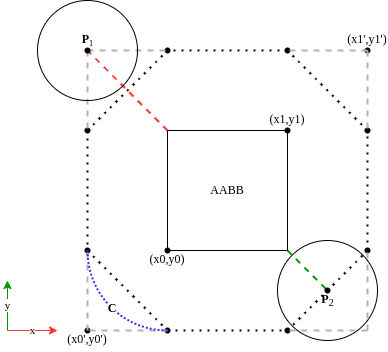
The draw.io diagram doc/Code Illus/check_connection.drawio.png in tianyilim/ic-fyp, before a commit. Source tidied: cells renumbered, new cells last; positions are measured from the earlier drawing's top-left corner, leaving out a move shared by most shapes.
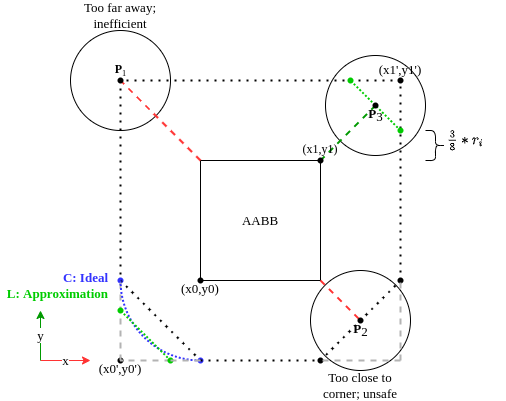
The same file after the commit.

Change to the diagram source:
```diff
@@ -1,2 +1,2 @@
-<mxGraphModel>
+<mxGraphModel math="1">
   <root>
@@ -4,14 +4,11 @@
     <mxCell id="1" parent="0" />
+    <mxCell id="45" style="ellipse;whiteSpace=wrap;html=1;fillColor=none;" parent="1" vertex="1">
+      <mxGeometry x="285" y="25" width="100" height="100" as="geometry" />
+    </mxCell>
+    <mxCell id="42" style="ellipse;whiteSpace=wrap;html=1;fillColor=none;" parent="1" vertex="1">
+      <mxGeometry x="30" width="100" height="100" as="geometry" />
+    </mxCell>
-    <mxCell id="2" value="AABB" style="rounded=0;whiteSpace=wrap;html=1;fontFamily=Comptuer Modern;fontSource=http%3A%2F%2Fmirrors.ctan.org%2Ffonts%2Fcm-unicode%2Ffonts%2Fotf%2Fcmunbxo.otf;" parent="1" vertex="1">
+    <mxCell id="2" value="AABB" style="rounded=0;whiteSpace=wrap;html=1;fontFamily=Comptuer Modern;fontSource=http%3A%2F%2Fmirrors.ctan.org%2Ffonts%2Fcm-unicode%2Ffonts%2Fotf%2Fcmunbxo.otf;fontSize=13;" parent="1" vertex="1">
       <mxGeometry x="160" y="130" width="120" height="120" as="geometry" />
     </mxCell>
-    <mxCell id="3" style="shape=waypoint;sketch=0;fillStyle=solid;size=6;points=[];fillColor=none;perimeter=centerPerimeter;snapToPoint=1;fontFamily=Comptuer Modern;fontSource=http%3A%2F%2Fmirrors.ctan.org%2Ffonts%2Fcm-unicode%2Ffonts%2Fotf%2Fcmunbxo.otf;" parent="1" vertex="1">
-      <mxGeometry x="140" y="30" width="40" height="40" as="geometry" />
-    </mxCell>
-    <mxCell id="4" style="shape=waypoint;sketch=0;fillStyle=solid;size=6;points=[];fillColor=none;perimeter=centerPerimeter;snapToPoint=1;fontFamily=Comptuer Modern;fontSource=http%3A%2F%2Fmirrors.ctan.org%2Ffonts%2Fcm-unicode%2Ffonts%2Fotf%2Fcmunbxo.otf;" parent="1" vertex="1">
-      <mxGeometry x="260" y="30" width="40" height="40" as="geometry" />
-    </mxCell>
-    <mxCell id="5" style="shape=waypoint;sketch=0;fillStyle=solid;size=6;points=[];fillColor=none;perimeter=centerPerimeter;snapToPoint=1;fontFamily=Comptuer Modern;fontSource=http%3A%2F%2Fmirrors.ctan.org%2Ffonts%2Fcm-unicode%2Ffonts%2Fotf%2Fcmunbxo.otf;" parent="1" vertex="1">
-      <mxGeometry x="340" y="110" width="40" height="40" as="geometry" />
-    </mxCell>
     <mxCell id="6" style="shape=waypoint;sketch=0;fillStyle=solid;size=6;points=[];fillColor=none;perimeter=centerPerimeter;snapToPoint=1;fontFamily=Comptuer Modern;fontSource=http%3A%2F%2Fmirrors.ctan.org%2Ffonts%2Fcm-unicode%2Ffonts%2Fotf%2Fcmunbxo.otf;" parent="1" vertex="1">
@@ -22,21 +19,12 @@
     </mxCell>
-    <mxCell id="8" style="shape=waypoint;sketch=0;fillStyle=solid;size=6;points=[];fillColor=none;perimeter=centerPerimeter;snapToPoint=1;fontFamily=Comptuer Modern;fontSource=http%3A%2F%2Fmirrors.ctan.org%2Ffonts%2Fcm-unicode%2Ffonts%2Fotf%2Fcmunbxo.otf;" parent="1" vertex="1">
-      <mxGeometry x="60" y="110" width="40" height="40" as="geometry" />
-    </mxCell>
-    <mxCell id="9" style="shape=waypoint;sketch=0;fillStyle=solid;size=6;points=[];fillColor=none;perimeter=centerPerimeter;snapToPoint=1;fontFamily=Comptuer Modern;fontSource=http%3A%2F%2Fmirrors.ctan.org%2Ffonts%2Fcm-unicode%2Ffonts%2Fotf%2Fcmunbxo.otf;" parent="1" vertex="1">
+    <mxCell id="9" style="shape=waypoint;sketch=0;fillStyle=solid;size=6;points=[];fillColor=none;perimeter=centerPerimeter;snapToPoint=1;fontFamily=Comptuer Modern;fontSource=http%3A%2F%2Fmirrors.ctan.org%2Ffonts%2Fcm-unicode%2Ffonts%2Fotf%2Fcmunbxo.otf;strokeColor=#3333FF;" parent="1" vertex="1">
       <mxGeometry x="60" y="230" width="40" height="40" as="geometry" />
     </mxCell>
-    <mxCell id="10" style="shape=waypoint;sketch=0;fillStyle=solid;size=6;points=[];fillColor=none;perimeter=centerPerimeter;snapToPoint=1;fontFamily=Comptuer Modern;fontSource=http%3A%2F%2Fmirrors.ctan.org%2Ffonts%2Fcm-unicode%2Ffonts%2Fotf%2Fcmunbxo.otf;" parent="1" vertex="1">
+    <mxCell id="10" style="shape=waypoint;sketch=0;fillStyle=solid;size=6;points=[];fillColor=none;perimeter=centerPerimeter;snapToPoint=1;fontFamily=Comptuer Modern;fontSource=http%3A%2F%2Fmirrors.ctan.org%2Ffonts%2Fcm-unicode%2Ffonts%2Fotf%2Fcmunbxo.otf;strokeColor=#3333FF;" parent="1" vertex="1">
       <mxGeometry x="140" y="310" width="40" height="40" as="geometry" />
     </mxCell>
-    <mxCell id="11" style="endArrow=none;dashed=1;html=1;dashPattern=1 3;strokeWidth=2;rounded=0;fontFamily=Comptuer Modern;fontSource=http%3A%2F%2Fmirrors.ctan.org%2Ffonts%2Fcm-unicode%2Ffonts%2Fotf%2Fcmunbxo.otf;entryX=0.439;entryY=0.516;entryDx=0;entryDy=0;entryPerimeter=0;" parent="1" edge="1" source="8" target="3">
-      <mxGeometry relative="1" as="geometry" />
-    </mxCell>
-    <mxCell id="12" style="endArrow=none;dashed=1;html=1;dashPattern=1 3;strokeWidth=2;rounded=0;fontFamily=Comptuer Modern;fontSource=http%3A%2F%2Fmirrors.ctan.org%2Ffonts%2Fcm-unicode%2Ffonts%2Fotf%2Fcmunbxo.otf;" parent="1" edge="1" source="4" target="3">
+    <mxCell id="12" style="endArrow=none;dashed=1;html=1;dashPattern=1 3;strokeWidth=2;rounded=0;fontFamily=Comptuer Modern;fontSource=http%3A%2F%2Fmirrors.ctan.org%2Ffonts%2Fcm-unicode%2Ffonts%2Fotf%2Fcmunbxo.otf;entryX=0.5;entryY=0.5;entryDx=0;entryDy=0;entryPerimeter=0;exitX=0.46;exitY=0.437;exitDx=0;exitDy=0;exitPerimeter=0;" parent="1" edge="1" source="24" target="40">
       <mxGeometry relative="1" as="geometry" />
     </mxCell>
-    <mxCell id="13" style="endArrow=none;dashed=1;html=1;dashPattern=1 3;strokeWidth=2;rounded=0;fontFamily=Comptuer Modern;fontSource=http%3A%2F%2Fmirrors.ctan.org%2Ffonts%2Fcm-unicode%2Ffonts%2Fotf%2Fcmunbxo.otf;" parent="1" edge="1" source="5" target="4">
-      <mxGeometry relative="1" as="geometry" />
-    </mxCell>
-    <mxCell id="14" style="endArrow=none;dashed=1;html=1;dashPattern=1 3;strokeWidth=2;rounded=0;fontFamily=Comptuer Modern;fontSource=http%3A%2F%2Fmirrors.ctan.org%2Ffonts%2Fcm-unicode%2Ffonts%2Fotf%2Fcmunbxo.otf;entryX=0.484;entryY=0.598;entryDx=0;entryDy=0;entryPerimeter=0;exitX=0.466;exitY=0.543;exitDx=0;exitDy=0;exitPerimeter=0;" parent="1" edge="1" source="6" target="5">
+    <mxCell id="14" style="endArrow=none;dashed=1;html=1;dashPattern=1 3;strokeWidth=2;rounded=0;fontFamily=Comptuer Modern;fontSource=http%3A%2F%2Fmirrors.ctan.org%2Ffonts%2Fcm-unicode%2Ffonts%2Fotf%2Fcmunbxo.otf;entryX=0.46;entryY=0.537;entryDx=0;entryDy=0;entryPerimeter=0;exitX=0.466;exitY=0.543;exitDx=0;exitDy=0;exitPerimeter=0;" parent="1" edge="1" source="6" target="24">
       <mxGeometry relative="1" as="geometry" />
@@ -52,6 +40,6 @@
     </mxCell>
-    <mxCell id="18" style="endArrow=none;dashed=1;html=1;dashPattern=1 3;strokeWidth=2;rounded=0;fontFamily=Comptuer Modern;fontSource=http%3A%2F%2Fmirrors.ctan.org%2Ffonts%2Fcm-unicode%2Ffonts%2Fotf%2Fcmunbxo.otf;entryX=0.566;entryY=0.452;entryDx=0;entryDy=0;entryPerimeter=0;exitX=0.475;exitY=0.58;exitDx=0;exitDy=0;exitPerimeter=0;" parent="1" edge="1" source="8" target="9">
+    <mxCell id="18" style="endArrow=none;dashed=1;html=1;dashPattern=1 3;strokeWidth=2;rounded=0;fontFamily=Comptuer Modern;fontSource=http%3A%2F%2Fmirrors.ctan.org%2Ffonts%2Fcm-unicode%2Ffonts%2Fotf%2Fcmunbxo.otf;entryX=0.566;entryY=0.452;entryDx=0;entryDy=0;entryPerimeter=0;exitX=0.509;exitY=0.592;exitDx=0;exitDy=0;exitPerimeter=0;" parent="1" edge="1" source="40" target="9">
       <mxGeometry relative="1" as="geometry" />
     </mxCell>
-    <mxCell id="19" value="&lt;font face=&quot;Comptuer Modern&quot;&gt;x&lt;/font&gt;" style="endArrow=classic;html=1;rounded=0;strokeColor=#FF3333;" parent="1" edge="1">
+    <mxCell id="19" value="&lt;font face=&quot;Comptuer Modern&quot; style=&quot;font-size: 13px;&quot;&gt;x&lt;/font&gt;" style="endArrow=classic;html=1;rounded=0;strokeColor=#FF3333;fontSize=13;" parent="1" edge="1">
       <mxGeometry relative="1" as="geometry">
@@ -61,3 +49,3 @@
     </mxCell>
-    <mxCell id="20" value="&lt;font face=&quot;Comptuer Modern&quot;&gt;y&lt;/font&gt;" style="endArrow=classic;html=1;rounded=0;strokeColor=#009900;" parent="1" edge="1">
+    <mxCell id="20" value="&lt;font face=&quot;Comptuer Modern&quot; style=&quot;font-size: 13px;&quot;&gt;y&lt;/font&gt;" style="endArrow=classic;html=1;rounded=0;strokeColor=#009900;fontSize=13;" parent="1" edge="1">
       <mxGeometry relative="1" as="geometry">
@@ -67,12 +55,9 @@
     </mxCell>
-    <mxCell id="21" value="(x0,y0)" style="shape=waypoint;sketch=0;fillStyle=solid;size=6;fillColor=none;perimeter=centerPerimeter;fontFamily=Comptuer Modern;fontSource=http%3A%2F%2Fmirrors.ctan.org%2Ffonts%2Fcm-unicode%2Ffonts%2Fotf%2Fcmunbxo.otf;fontSize=12;strokeWidth=1;spacing=4;verticalAlign=bottom;" parent="1" vertex="1">
+    <mxCell id="21" value="(x0,y0)" style="shape=waypoint;sketch=0;fillStyle=solid;size=6;fillColor=none;perimeter=centerPerimeter;fontFamily=Comptuer Modern;fontSource=http%3A%2F%2Fmirrors.ctan.org%2Ffonts%2Fcm-unicode%2Ffonts%2Fotf%2Fcmunbxo.otf;fontSize=13;strokeWidth=1;spacing=4;verticalAlign=bottom;" parent="1" vertex="1">
       <mxGeometry x="140" y="230" width="40" height="40" as="geometry" />
     </mxCell>
-    <mxCell id="22" value="(x1,y1)" style="shape=waypoint;sketch=0;fillStyle=solid;size=6;points=[];fillColor=none;perimeter=centerPerimeter;snapToPoint=1;fontFamily=Comptuer Modern;fontSource=http%3A%2F%2Fmirrors.ctan.org%2Ffonts%2Fcm-unicode%2Ffonts%2Fotf%2Fcmunbxo.otf;fontSize=12;strokeWidth=1;spacing=-3;verticalAlign=top;" parent="1" vertex="1">
-      <mxGeometry x="260" y="110" width="40" height="40" as="geometry" />
-    </mxCell>
-    <mxCell id="23" value="(x0',y0')" style="shape=waypoint;sketch=0;fillStyle=solid;size=6;points=[];fillColor=none;perimeter=centerPerimeter;snapToPoint=1;fontFamily=Comptuer Modern;fontSource=http%3A%2F%2Fmirrors.ctan.org%2Ffonts%2Fcm-unicode%2Ffonts%2Fotf%2Fcmunbxo.otf;fontSize=12;strokeWidth=1;spacing=4;verticalAlign=bottom;" parent="1" vertex="1">
+    <mxCell id="23" value="(x0',y0')" style="shape=waypoint;sketch=0;fillStyle=solid;size=6;points=[];fillColor=none;perimeter=centerPerimeter;snapToPoint=1;fontFamily=Comptuer Modern;fontSource=http%3A%2F%2Fmirrors.ctan.org%2Ffonts%2Fcm-unicode%2Ffonts%2Fotf%2Fcmunbxo.otf;fontSize=13;strokeWidth=1;spacing=4;verticalAlign=bottom;" parent="1" vertex="1">
       <mxGeometry x="60" y="310" width="40" height="40" as="geometry" />
     </mxCell>
-    <mxCell id="24" value="(x1',y1')" style="shape=waypoint;sketch=0;fillStyle=solid;size=6;points=[];fillColor=none;perimeter=centerPerimeter;snapToPoint=1;fontFamily=Comptuer Modern;fontSource=http%3A%2F%2Fmirrors.ctan.org%2Ffonts%2Fcm-unicode%2Ffonts%2Fotf%2Fcmunbxo.otf;fontSize=12;strokeWidth=1;spacing=-3;verticalAlign=top;" parent="1" vertex="1">
+    <mxCell id="24" value="(x1',y1')" style="shape=waypoint;sketch=0;fillStyle=solid;size=6;points=[];fillColor=none;perimeter=centerPerimeter;snapToPoint=1;fontFamily=Comptuer Modern;fontSource=http%3A%2F%2Fmirrors.ctan.org%2Ffonts%2Fcm-unicode%2Ffonts%2Fotf%2Fcmunbxo.otf;fontSize=13;strokeWidth=1;spacing=-3;verticalAlign=top;" parent="1" vertex="1">
       <mxGeometry x="340" y="30" width="40" height="40" as="geometry" />
@@ -91,3 +76,3 @@
     </mxCell>
-    <mxCell id="28" style="endArrow=none;dashed=1;html=1;rounded=0;strokeColor=#009900;strokeWidth=2;entryDx=0;entryDy=0;entryPerimeter=0;exitX=1;exitY=1;exitDx=0;exitDy=0;" parent="1" edge="1" source="2">
+    <mxCell id="28" style="endArrow=none;dashed=1;html=1;rounded=0;strokeColor=#FF3333;strokeWidth=2;entryDx=0;entryDy=0;entryPerimeter=0;exitX=1;exitY=1;exitDx=0;exitDy=0;" parent="1" edge="1" source="2">
       <mxGeometry relative="1" as="geometry">
@@ -99,4 +84,4 @@
     </mxCell>
-    <mxCell id="30" value="&lt;font face=&quot;Comptuer Modern&quot;&gt;&lt;b&gt;P&lt;/b&gt;&lt;sub&gt;2&lt;/sub&gt;&lt;/font&gt;" style="text;html=1;align=center;verticalAlign=middle;strokeColor=none;fillColor=none;" parent="1" vertex="1">
-      <mxGeometry x="305" y="290" width="30" height="20" as="geometry" />
+    <mxCell id="30" value="&lt;font face=&quot;Comptuer Modern&quot; style=&quot;font-size: 13px;&quot;&gt;&lt;b style=&quot;font-size: 13px;&quot;&gt;P&lt;/b&gt;&lt;sub style=&quot;font-size: 13px;&quot;&gt;2&lt;/sub&gt;&lt;/font&gt;" style="text;html=1;align=center;verticalAlign=middle;strokeColor=none;fillColor=none;fontSize=13;" parent="1" vertex="1">
+      <mxGeometry x="305" y="285" width="30" height="30" as="geometry" />
     </mxCell>
@@ -107,6 +92,4 @@
     </mxCell>
-    <mxCell id="32" style="endArrow=none;dashed=1;html=1;rounded=0;fontFamily=Comptuer Modern;fontSource=http%3A%2F%2Fmirrors.ctan.org%2Ffonts%2Fcm-unicode%2Ffonts%2Fotf%2Fcmunbxo.otf;fontSize=12;strokeColor=#B3B3B3;strokeWidth=2;" parent="1" edge="1" target="23">
-      <mxGeometry relative="1" as="geometry">
-        <mxPoint x="160" y="330" as="sourcePoint" />
-      </mxGeometry>
+    <mxCell id="32" style="endArrow=none;dashed=1;html=1;rounded=0;fontFamily=Comptuer Modern;fontSource=http%3A%2F%2Fmirrors.ctan.org%2Ffonts%2Fcm-unicode%2Ffonts%2Fotf%2Fcmunbxo.otf;fontSize=12;strokeColor=#B3B3B3;strokeWidth=2;startArrow=none;" parent="1" edge="1" source="57" target="23">
+      <mxGeometry relative="1" as="geometry" />
     </mxCell>
@@ -122,23 +105,9 @@
     </mxCell>
-    <mxCell id="35" style="endArrow=none;dashed=1;html=1;rounded=0;fontFamily=Comptuer Modern;fontSource=http%3A%2F%2Fmirrors.ctan.org%2Ffonts%2Fcm-unicode%2Ffonts%2Fotf%2Fcmunbxo.otf;fontSize=12;strokeColor=#B3B3B3;strokeWidth=2;exitX=0.505;exitY=0.435;exitDx=0;exitDy=0;exitPerimeter=0;" parent="1" edge="1" source="24">
-      <mxGeometry relative="1" as="geometry">
-        <mxPoint x="360" y="130" as="targetPoint" />
-      </mxGeometry>
-    </mxCell>
-    <mxCell id="36" style="endArrow=none;dashed=1;html=1;rounded=0;fontFamily=Comptuer Modern;fontSource=http%3A%2F%2Fmirrors.ctan.org%2Ffonts%2Fcm-unicode%2Ffonts%2Fotf%2Fcmunbxo.otf;fontSize=12;strokeColor=#B3B3B3;strokeWidth=2;" parent="1" edge="1">
-      <mxGeometry relative="1" as="geometry">
-        <mxPoint x="360" y="50" as="sourcePoint" />
-        <mxPoint x="280" y="50" as="targetPoint" />
-      </mxGeometry>
-    </mxCell>
-    <mxCell id="37" style="endArrow=none;dashed=1;html=1;rounded=0;fontFamily=Comptuer Modern;fontSource=http%3A%2F%2Fmirrors.ctan.org%2Ffonts%2Fcm-unicode%2Ffonts%2Fotf%2Fcmunbxo.otf;fontSize=12;strokeColor=#B3B3B3;strokeWidth=2;exitX=0.495;exitY=0.585;exitDx=0;exitDy=0;exitPerimeter=0;entryX=0.455;entryY=0.435;entryDx=0;entryDy=0;entryPerimeter=0;" parent="1" edge="1" source="40" target="8">
-      <mxGeometry relative="1" as="geometry" />
-    </mxCell>
-    <mxCell id="38" style="endArrow=none;dashed=1;html=1;rounded=0;fontFamily=Comptuer Modern;fontSource=http%3A%2F%2Fmirrors.ctan.org%2Ffonts%2Fcm-unicode%2Ffonts%2Fotf%2Fcmunbxo.otf;fontSize=12;strokeColor=#B3B3B3;strokeWidth=2;" parent="1" edge="1">
-      <mxGeometry relative="1" as="geometry">
-        <mxPoint x="80" y="50" as="sourcePoint" />
-        <mxPoint x="160" y="50" as="targetPoint" />
-      </mxGeometry>
-    </mxCell>
+    <mxCell id="46" style="endArrow=none;dashed=1;html=1;rounded=0;strokeColor=#009900;strokeWidth=2;entryDx=0;entryDy=0;entryPerimeter=0;exitX=0.482;exitY=0.395;exitDx=0;exitDy=0;exitPerimeter=0;entryX=0.54;entryY=0.556;" parent="1" edge="1" source="49" target="22">
+      <mxGeometry relative="1" as="geometry" />
+    </mxCell>
+    <mxCell id="22" value="(x1,y1)" style="shape=waypoint;sketch=0;fillStyle=solid;size=6;points=[];fillColor=none;perimeter=centerPerimeter;snapToPoint=1;fontFamily=Comptuer Modern;fontSource=http%3A%2F%2Fmirrors.ctan.org%2Ffonts%2Fcm-unicode%2Ffonts%2Fotf%2Fcmunbxo.otf;fontSize=12;strokeWidth=1;spacing=-3;verticalAlign=top;" parent="1" vertex="1">
+      <mxGeometry x="260" y="110" width="40" height="40" as="geometry" />
+    </mxCell>
-    <mxCell id="39" style="group;" parent="1" vertex="1">
+    <mxCell id="39" style="group;fontSize=13;" parent="1" vertex="1">
       <mxGeometry x="60" y="30" width="40" height="40" as="geometry" />
@@ -151,5 +120,2 @@
     </mxCell>
-    <mxCell id="42" style="ellipse;whiteSpace=wrap;html=1;fillColor=none;" parent="1" vertex="1">
-      <mxGeometry x="30" width="100" height="100" as="geometry" />
-    </mxCell>
     <mxCell id="43" style="verticalLabelPosition=bottom;verticalAlign=top;html=1;shape=mxgraph.basic.arc;startAngle=0.5;endAngle=0.75;fontFamily=Comptuer Modern;fontSource=http%3A%2F%2Fmirrors.ctan.org%2Ffonts%2Fcm-unicode%2Ffonts%2Fotf%2Fcmunbxo.otf;fontSize=12;fillColor=none;strokeColor=#3333FF;strokeWidth=2;dashed=1;dashPattern=1 1;sketch=0;" parent="1" vertex="1">
@@ -157,5 +123,56 @@
     </mxCell>
+    <mxCell id="47" style="endArrow=none;dashed=1;html=1;rounded=0;strokeColor=#00CC00;strokeWidth=2;dashPattern=1 1;startArrow=none;" parent="1" edge="1" source="55">
+      <mxGeometry relative="1" as="geometry">
+        <mxPoint x="80" y="280" as="targetPoint" />
+      </mxGeometry>
+    </mxCell>
-    <mxCell id="44" value="&lt;b&gt;C&lt;/b&gt;" style="text;html=1;strokeColor=none;fillColor=none;align=center;verticalAlign=middle;whiteSpace=wrap;rounded=0;dashed=1;dashPattern=1 1;sketch=0;fontFamily=Comptuer Modern;fontSource=http%3A%2F%2Fmirrors.ctan.org%2Ffonts%2Fcm-unicode%2Ffonts%2Fotf%2Fcmunbxo.otf;fontSize=12;labelBorderColor=none;labelBackgroundColor=default;" parent="1" vertex="1">
-      <mxGeometry x="75" y="293" width="60" height="30" as="geometry" />
+    <mxCell id="44" value="&lt;b style=&quot;font-size: 13px;&quot;&gt;&lt;font color=&quot;#3333ff&quot; style=&quot;font-size: 13px;&quot;&gt;C: Ideal&lt;/font&gt;&lt;br style=&quot;font-size: 13px;&quot;&gt;&lt;font color=&quot;#00cc00&quot; style=&quot;font-size: 13px;&quot;&gt;L: Approximation&lt;/font&gt;&lt;br style=&quot;font-size: 13px;&quot;&gt;&lt;/b&gt;" style="text;html=1;strokeColor=none;fillColor=none;align=right;verticalAlign=middle;whiteSpace=wrap;rounded=0;dashed=1;dashPattern=1 1;sketch=0;fontFamily=Comptuer Modern;fontSource=http%3A%2F%2Fmirrors.ctan.org%2Ffonts%2Fcm-unicode%2Ffonts%2Fotf%2Fcmunbxo.otf;fontSize=13;labelBorderColor=none;labelBackgroundColor=default;" parent="1" vertex="1">
+      <mxGeometry x="-40" y="240" width="110" height="30" as="geometry" />
     </mxCell>
+    <mxCell id="48" style="endArrow=none;dashed=1;html=1;rounded=0;strokeColor=#00CC00;strokeWidth=2;dashPattern=1 1;" parent="1" edge="1">
+      <mxGeometry relative="1" as="geometry">
+        <mxPoint x="360" y="100" as="sourcePoint" />
+        <mxPoint x="310" y="50" as="targetPoint" />
+      </mxGeometry>
+    </mxCell>
+    <mxCell id="49" style="shape=waypoint;sketch=0;fillStyle=solid;size=6;points=[];fillColor=none;perimeter=centerPerimeter;snapToPoint=1;fontFamily=Comptuer Modern;fontSource=http%3A%2F%2Fmirrors.ctan.org%2Ffonts%2Fcm-unicode%2Ffonts%2Fotf%2Fcmunbxo.otf;fontSize=10;strokeWidth=1;spacing=6;verticalAlign=bottom;fontStyle=1;spacingBottom=-1;" parent="1" vertex="1">
+      <mxGeometry x="315" y="55" width="40" height="40" as="geometry" />
+    </mxCell>
+    <mxCell id="50" value="&lt;font face=&quot;Comptuer Modern&quot; style=&quot;font-size: 13px;&quot;&gt;&lt;b style=&quot;font-size: 13px;&quot;&gt;P&lt;/b&gt;&lt;sub style=&quot;font-size: 13px;&quot;&gt;3&lt;/sub&gt;&lt;/font&gt;" style="text;html=1;align=center;verticalAlign=middle;strokeColor=none;fillColor=none;fontSize=13;" parent="1" vertex="1">
+      <mxGeometry x="320" y="70" width="30" height="30" as="geometry" />
+    </mxCell>
+    <mxCell id="51" value="Too far away; inefficient" style="text;html=1;strokeColor=none;fillColor=none;align=center;verticalAlign=middle;whiteSpace=wrap;rounded=0;fontFamily=Comptuer Modern;fontSource=http%3A%2F%2Fmirrors.ctan.org%2Ffonts%2Fcm-unicode%2Ffonts%2Fotf%2Fcmunbxo.otf;fontSize=13;" parent="1" vertex="1">
+      <mxGeometry x="40" y="-30" width="80" height="30" as="geometry" />
+    </mxCell>
+    <mxCell id="52" value="Too close to corner; unsafe" style="text;html=1;strokeColor=none;fillColor=none;align=center;verticalAlign=middle;whiteSpace=wrap;rounded=0;fontFamily=Comptuer Modern;fontSource=http%3A%2F%2Fmirrors.ctan.org%2Ffonts%2Fcm-unicode%2Ffonts%2Fotf%2Fcmunbxo.otf;fontSize=13;" parent="1" vertex="1">
+      <mxGeometry x="280" y="340" width="80" height="30" as="geometry" />
+    </mxCell>
+    <mxCell id="53" style="shape=curlyBracket;whiteSpace=wrap;html=1;rounded=1;flipH=1;fontFamily=Comptuer Modern;fontSource=http%3A%2F%2Fmirrors.ctan.org%2Ffonts%2Fcm-unicode%2Ffonts%2Fotf%2Fcmunbxo.otf;" parent="1" vertex="1">
+      <mxGeometry x="385" y="100" width="20" height="30" as="geometry" />
+    </mxCell>
+    <mxCell id="54" value="\(\frac{3}{8}*{r_i}\)" style="text;html=1;strokeColor=none;fillColor=none;align=left;verticalAlign=middle;whiteSpace=wrap;rounded=0;fontFamily=Comptuer Modern;fontSource=http%3A%2F%2Fmirrors.ctan.org%2Ffonts%2Fcm-unicode%2Ffonts%2Fotf%2Fcmunbxo.otf;fontColor=#000000;fontSize=14;" parent="1" vertex="1">
+      <mxGeometry x="405" y="95" width="60" height="30" as="geometry" />
+    </mxCell>
+    <mxCell id="55" style="shape=waypoint;sketch=0;fillStyle=solid;size=6;points=[];fillColor=none;perimeter=centerPerimeter;snapToPoint=1;fontFamily=Comptuer Modern;fontSource=http%3A%2F%2Fmirrors.ctan.org%2Ffonts%2Fcm-unicode%2Ffonts%2Fotf%2Fcmunbxo.otf;fontColor=#000000;strokeColor=#00CC00;" parent="1" vertex="1">
+      <mxGeometry x="60" y="260" width="40" height="40" as="geometry" />
+    </mxCell>
+    <mxCell id="56" style="endArrow=none;dashed=1;html=1;rounded=0;strokeColor=#00CC00;strokeWidth=2;dashPattern=1 1;" parent="1" edge="1" target="55">
+      <mxGeometry relative="1" as="geometry">
+        <mxPoint x="130" y="330" as="sourcePoint" />
+      </mxGeometry>
+    </mxCell>
+    <mxCell id="57" style="shape=waypoint;sketch=0;fillStyle=solid;size=6;points=[];fillColor=none;perimeter=centerPerimeter;snapToPoint=1;fontFamily=Comptuer Modern;fontSource=http%3A%2F%2Fmirrors.ctan.org%2Ffonts%2Fcm-unicode%2Ffonts%2Fotf%2Fcmunbxo.otf;fontColor=#000000;strokeColor=#00CC00;" parent="1" vertex="1">
+      <mxGeometry x="110" y="310" width="40" height="40" as="geometry" />
+    </mxCell>
+    <mxCell id="58" style="endArrow=none;dashed=1;html=1;rounded=0;fontFamily=Comptuer Modern;fontSource=http%3A%2F%2Fmirrors.ctan.org%2Ffonts%2Fcm-unicode%2Ffonts%2Fotf%2Fcmunbxo.otf;fontSize=12;strokeColor=#B3B3B3;strokeWidth=2;" parent="1" edge="1" target="57">
+      <mxGeometry relative="1" as="geometry">
+        <mxPoint x="160" y="330" as="sourcePoint" />
+      </mxGeometry>
+    </mxCell>
+    <mxCell id="59" style="shape=waypoint;sketch=0;fillStyle=solid;size=6;fillColor=none;perimeter=centerPerimeter;fontFamily=Comptuer Modern;fontSource=http%3A%2F%2Fmirrors.ctan.org%2Ffonts%2Fcm-unicode%2Ffonts%2Fotf%2Fcmunbxo.otf;fontColor=#000000;strokeColor=#00CC00;strokeWidth=1;" parent="1" vertex="1">
+      <mxGeometry x="290" y="30" width="40" height="40" as="geometry" />
+    </mxCell>
+    <mxCell id="60" style="shape=waypoint;sketch=0;fillStyle=solid;size=6;fillColor=none;perimeter=centerPerimeter;fontFamily=Comptuer Modern;fontSource=http%3A%2F%2Fmirrors.ctan.org%2Ffonts%2Fcm-unicode%2Ffonts%2Fotf%2Fcmunbxo.otf;fontColor=#000000;strokeColor=#00CC00;strokeWidth=1;" parent="1" vertex="1">
+      <mxGeometry x="340" y="80" width="40" height="40" as="geometry" />
+    </mxCell>
   </root>
```
